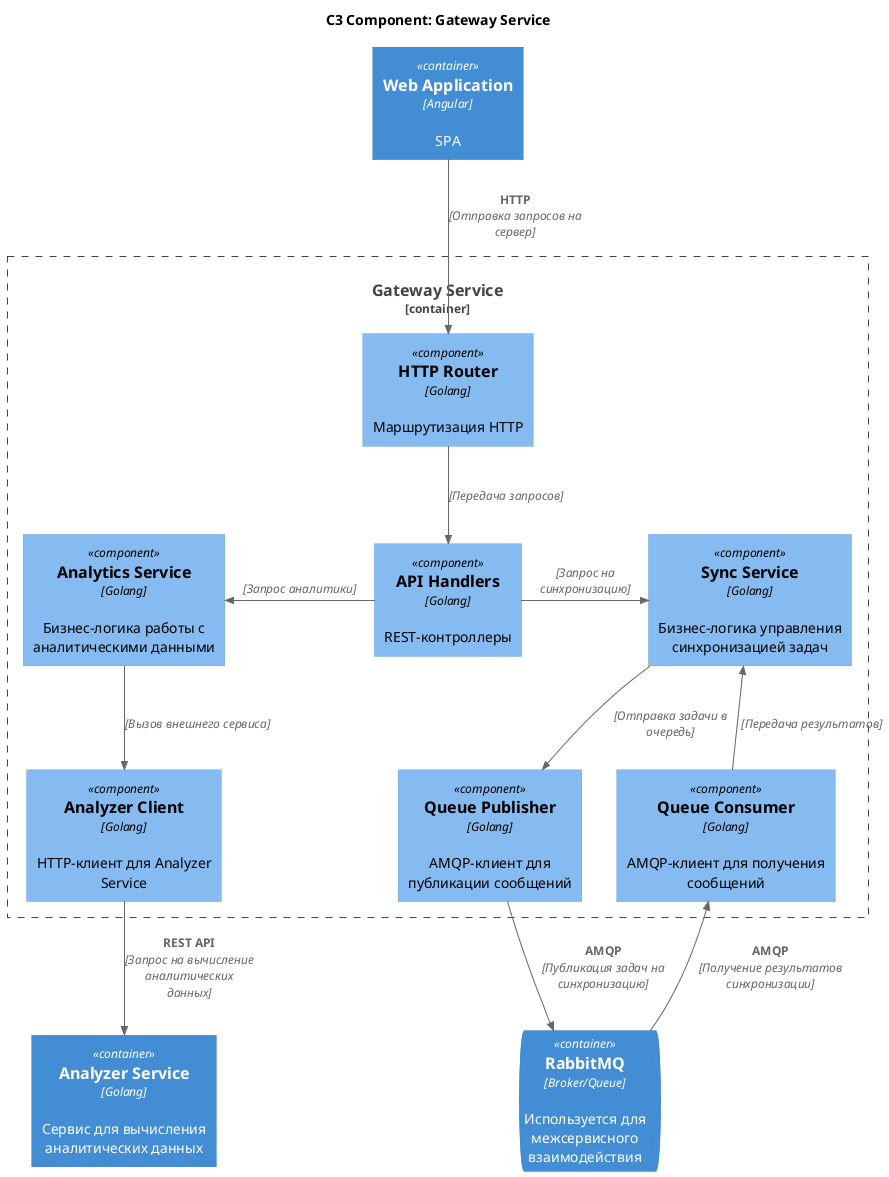
The PlantUML diagram diagramm/C3/gateway_component.png in Go-Yadro-Group-1/docs, before a commit. The source it was exported from:
```plantuml
@startuml
!include https://raw.githubusercontent.com/plantuml-stdlib/C4-PlantUML/master/C4_Component.puml

title C3 Component: Gateway Service

Container_Boundary(gateway, "Gateway Service") {
    Component(router, "HTTP Router", "Golang", "Маршрутизация HTTP")

    Component(handlers, "API Handlers", "Golang", "REST-контроллеры")

    Component(analytics_service, "Analytics Service", "Golang", "Бизнес-логика работы с аналитическими данными")
    Component(sync_service, "Sync Service", "Golang", "Бизнес-логика управления синхронизацией задач")

    Component(analyzer_client, "Analyzer Client", "Golang", "HTTP-клиент для Analyzer Service")
    Component(queue_publisher, "Queue Publisher", "Golang", "AMQP-клиент для публикации сообщений")
    Component(queue_consumer, "Queue Consumer", "Golang", "AMQP-клиент для получения сообщений")
}

ContainerQueue(queue, "RabbitMQ", "Broker/Queue", "Используется для межсервисного взаимодействия")
Container(webapp, "Web Application", "Angular", "SPA")
Container(analyzer, "Analyzer Service", "Golang", "Сервис для вычисления аналитических данных")

Rel_D(webapp, router, "HTTP", "Отправка запросов на сервер")
Rel_D(router, handlers, "", "Передача запросов")

Rel_L(handlers, analytics_service, "", "Запрос аналитики")
Rel_R(handlers, sync_service, "", "Запрос на синхронизацию")

Rel_D(analytics_service, analyzer_client, "", "Вызов внешнего сервиса")
Rel_D(sync_service, queue_publisher, "", "Отправка задачи в очередь")

Rel_D(analyzer_client, analyzer, "REST API", "Запрос на вычисление аналитических данных")
Rel_D(queue_publisher, queue, "AMQP", "Публикация задач на синхронизацию")
Rel_U(queue, queue_consumer, "AMQP", "Получение результатов синхронизации")
Rel_U(queue_consumer, sync_service, "", "Передача результатов")

@enduml
```
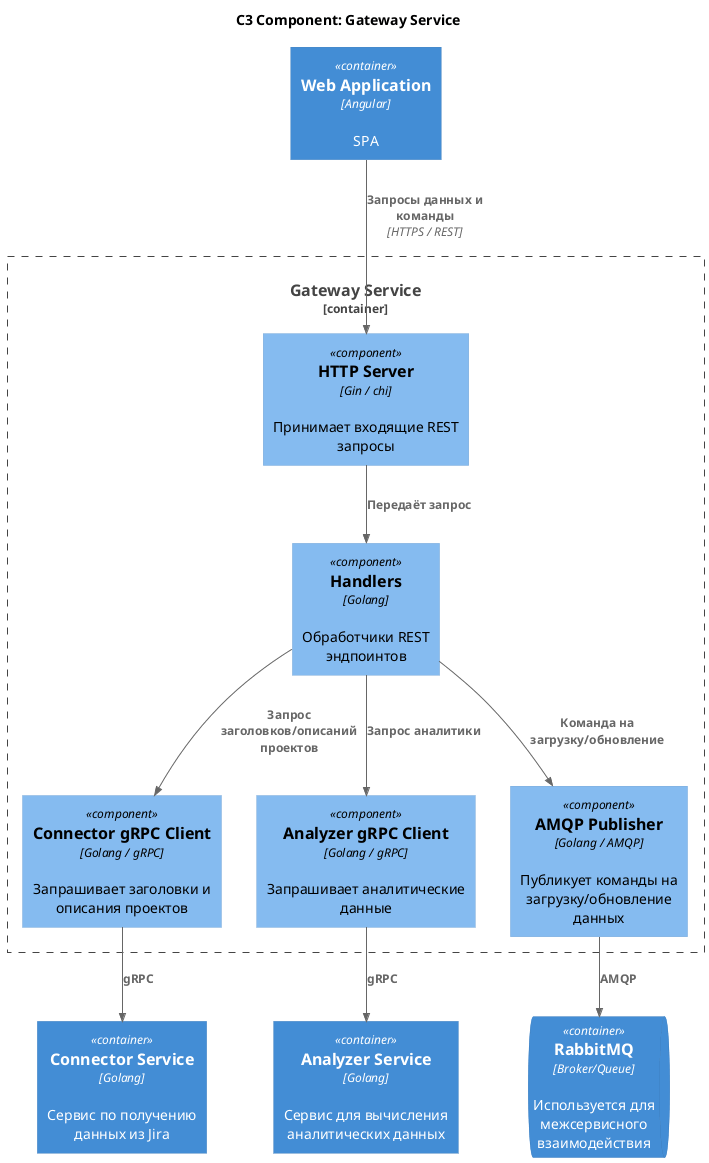
After the change.

The edit, as a diff of the source:
```diff
@@ -4,34 +4,25 @@
 title C3 Component: Gateway Service
 
 Container_Boundary(gateway, "Gateway Service") {
-    Component(router, "HTTP Router", "Golang", "Маршрутизация HTTP")
-
-    Component(handlers, "API Handlers", "Golang", "REST-контроллеры")
-
-    Component(analytics_service, "Analytics Service", "Golang", "Бизнес-логика работы с аналитическими данными")
-    Component(sync_service, "Sync Service", "Golang", "Бизнес-логика управления синхронизацией задач")
-
-    Component(analyzer_client, "Analyzer Client", "Golang", "HTTP-клиент для Analyzer Service")
-    Component(queue_publisher, "Queue Publisher", "Golang", "AMQP-клиент для публикации сообщений")
-    Component(queue_consumer, "Queue Consumer", "Golang", "AMQP-клиент для получения сообщений")
+    Component(server, "HTTP Server", "Gin / chi", "Принимает входящие REST запросы")
+Component(handlers, "Handlers", "Golang", "Обработчики REST эндпоинтов")
+    Component(connector_client, "Connector gRPC Client", "Golang / gRPC", "Запрашивает заголовки и описания проектов")
+    Component(analyzer_client, "Analyzer gRPC Client", "Golang / gRPC", "Запрашивает аналитические данные")
+    Component(amqp_publisher, "AMQP Publisher", "Golang / AMQP", "Публикует команды на загрузку/обновление данных")
 }
 
-ContainerQueue(queue, "RabbitMQ", "Broker/Queue", "Используется для межсервисного взаимодействия")
 Container(webapp, "Web Application", "Angular", "SPA")
 Container(analyzer, "Analyzer Service", "Golang", "Сервис для вычисления аналитических данных")
+Container(connector, "Connector Service", "Golang", "Сервис по получению данных из Jira")
+ContainerQueue(queue, "RabbitMQ", "Broker/Queue", "Используется для межсервисного взаимодействия")
 
-Rel_D(webapp, router, "HTTP", "Отправка запросов на сервер")
-Rel_D(router, handlers, "", "Передача запросов")
-
-Rel_L(handlers, analytics_service, "", "Запрос аналитики")
-Rel_R(handlers, sync_service, "", "Запрос на синхронизацию")
-
-Rel_D(analytics_service, analyzer_client, "", "Вызов внешнего сервиса")
-Rel_D(sync_service, queue_publisher, "", "Отправка задачи в очередь")
-
-Rel_D(analyzer_client, analyzer, "REST API", "Запрос на вычисление аналитических данных")
-Rel_D(queue_publisher, queue, "AMQP", "Публикация задач на синхронизацию")
-Rel_U(queue, queue_consumer, "AMQP", "Получение результатов синхронизации")
-Rel_U(queue_consumer, sync_service, "", "Передача результатов")
+Rel(webapp, server, "Запросы данных и команды", "HTTPS / REST")
+Rel(server, handlers, "Передаёт запрос")
+Rel(handlers, connector_client, "Запрос заголовков/описаний проектов")
+Rel(handlers, analyzer_client, "Запрос аналитики")
+Rel(handlers, amqp_publisher, "Команда на загрузку/обновление")
+Rel(connector_client, connector, "gRPC")
+Rel(analyzer_client, analyzer, "gRPC")
+Rel(amqp_publisher, queue, "AMQP")
 
 @enduml
```
